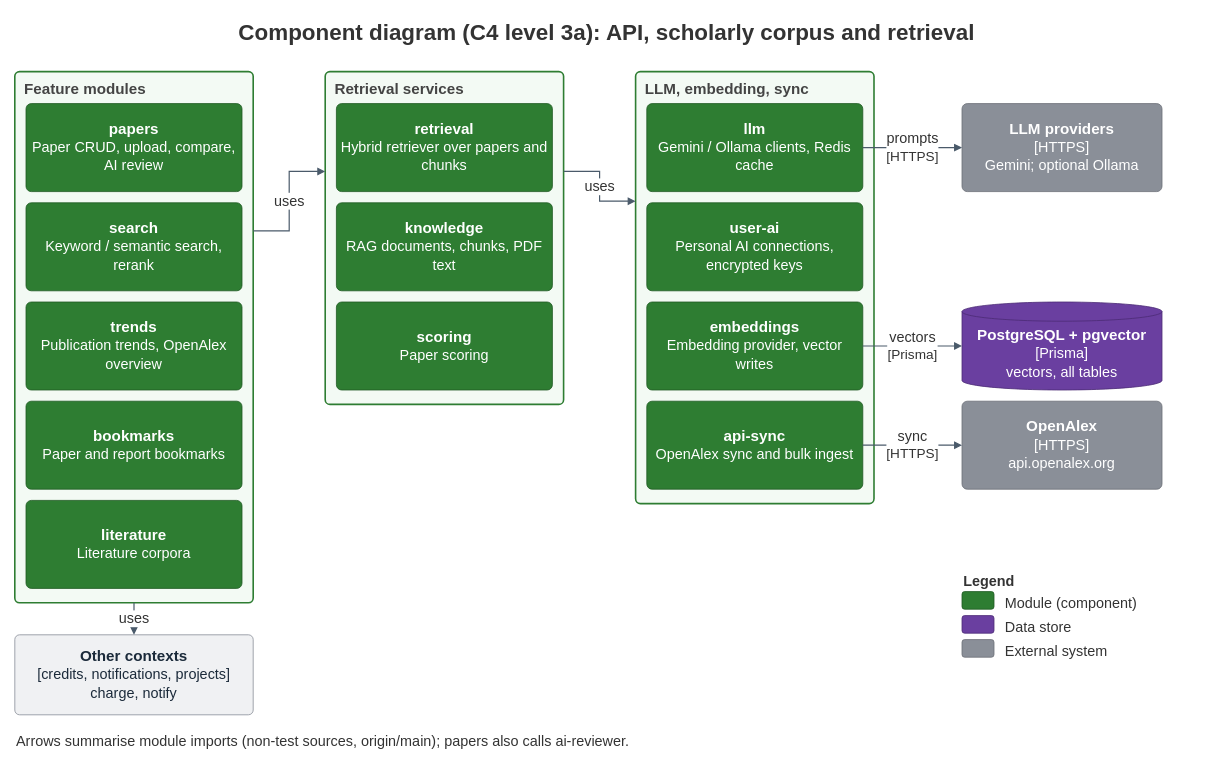
Khoa-Hoa-Technology-Solution-Company/lumi-gap keeps this draw.io diagram as docs/diagrams/report4/R4_C4_L3_Component_Corpus.drawio. Above is the earlier version. Source tidied: cells renumbered, new cells numbered last; positions are measured from the earlier drawing's top-left corner, leaving out a move shared by most shapes. Both pictures are drawn from the tidied source at 80%, with x=0, y=0 at pixel (14, 14).
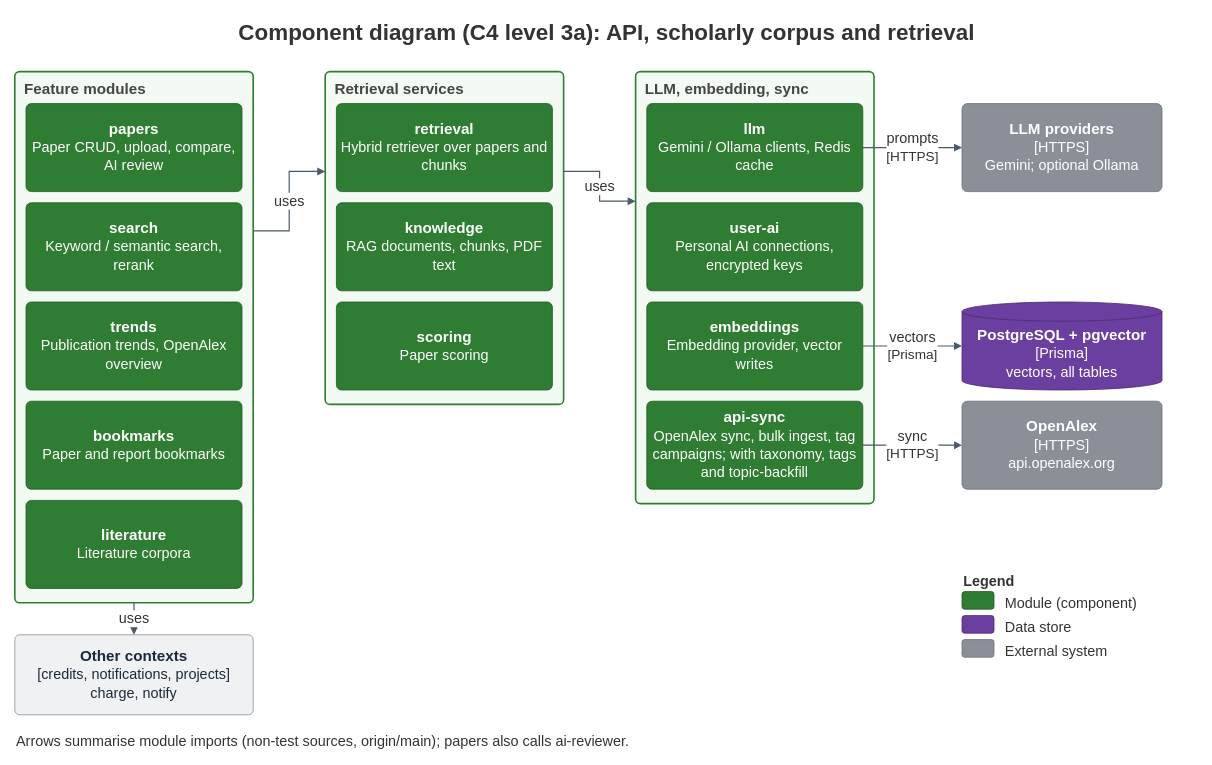
The same page after the edit.

Diff of the diagram source:
```diff
@@
-    <mxCell id="17" value="&lt;b&gt;api-sync&lt;/b&gt;&lt;br&gt;&lt;span style=&quot;font-size:18px&quot;&gt;OpenAlex sync and bulk ingest&lt;/span&gt;" style="rounded=1;arcSize=6;whiteSpace=wrap;html=1;fillColor=#2E7D32;fontColor=#ffffff;strokeColor=#1F5A23;fontSize=19;" parent="1" vertex="1">
+    <mxCell id="17" value="&lt;b&gt;api-sync&lt;/b&gt;&lt;br&gt;&lt;span style=&quot;font-size:18px&quot;&gt;OpenAlex sync, bulk ingest, tag campaigns; with taxonomy, tags and topic-backfill&lt;/span&gt;" style="rounded=1;arcSize=6;whiteSpace=wrap;html=1;fillColor=#2E7D32;fontColor=#ffffff;strokeColor=#1F5A23;fontSize=19;" parent="1" vertex="1">
       <mxGeometry x="790" y="484" width="270" height="110" as="geometry" />
     </mxCell>
```
